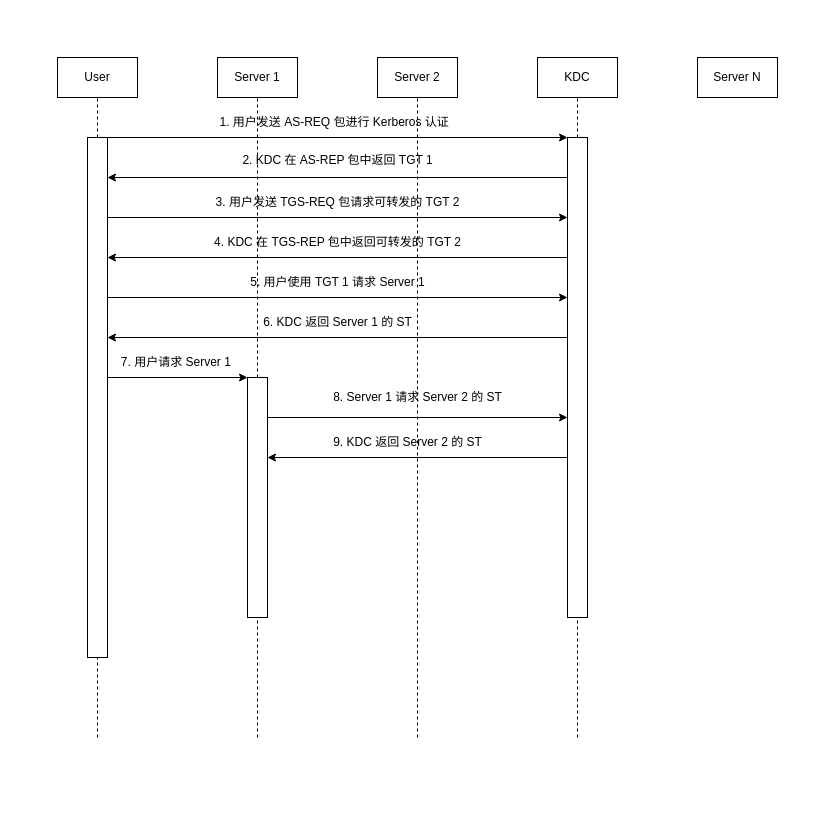
Before: draw.io/委派.drawio in fermionorz/image-hosting, a draw.io diagram. Source tidied: cells renumbered, new cells numbered last; positions are measured from the earlier drawing's top-left corner, leaving out a move shared by most shapes. Both pictures are drawn from the tidied source at 100%, with x=0, y=0 at pixel (57, 57).
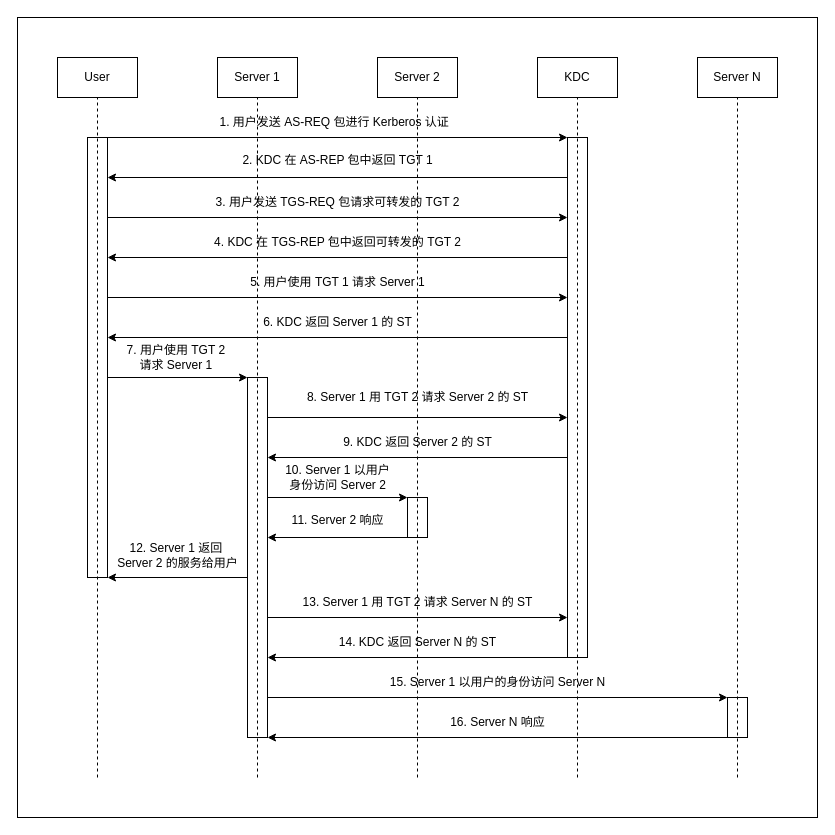
Above is the later version.

Unchanged cells that the change refers to:
```xml
<mxCell id="3" value="User" style="rounded=0;whiteSpace=wrap;html=1;" parent="1" vertex="1">
  <mxGeometry width="80" height="40" as="geometry" />
</mxCell>
<mxCell id="4" value="Server 1" style="rounded=0;whiteSpace=wrap;html=1;" parent="1" vertex="1">
  <mxGeometry x="160" width="80" height="40" as="geometry" />
</mxCell>
<mxCell id="5" value="Server 2" style="rounded=0;whiteSpace=wrap;html=1;" parent="1" vertex="1">
  <mxGeometry x="320" width="80" height="40" as="geometry" />
</mxCell>
<mxCell id="6" value="Server N" style="rounded=0;whiteSpace=wrap;html=1;" parent="1" vertex="1">
  <mxGeometry x="640" width="80" height="40" as="geometry" />
</mxCell>
<mxCell id="7" value="KDC" style="rounded=0;whiteSpace=wrap;html=1;" parent="1" vertex="1">
  <mxGeometry x="480" width="80" height="40" as="geometry" />
</mxCell>
```

What changed in the source:
```diff
@@
+    <mxCell id="35" style="rounded=0;whiteSpace=wrap;html=1;" parent="1" vertex="1">
+      <mxGeometry x="-40" y="-40" width="800" height="800" as="geometry" />
+    </mxCell>
+    <mxCell id="36" style="rounded=0;whiteSpace=wrap;html=1;" parent="1" vertex="1">
+      <mxGeometry x="670" y="640" width="20" height="40" as="geometry" />
+    </mxCell>
+    <mxCell id="37" style="rounded=0;whiteSpace=wrap;html=1;" parent="1" vertex="1">
+      <mxGeometry x="350" y="440" width="20" height="40" as="geometry" />
+    </mxCell>
+    <mxCell id="12" style="rounded=0;whiteSpace=wrap;html=1;" parent="1" vertex="1">
+      <mxGeometry x="510" y="80" width="20" height="520" as="geometry" />
+    </mxCell>
+    <mxCell id="27" style="rounded=0;whiteSpace=wrap;html=1;" parent="1" vertex="1">
+      <mxGeometry x="190" y="320" width="20" height="360" as="geometry" />
+    </mxCell>
     <mxCell id="2" style="rounded=0;whiteSpace=wrap;html=1;" parent="1" vertex="1">
-      <mxGeometry x="30" y="80" width="20" height="520" as="geometry" />
+      <mxGeometry x="30" y="80" width="20" height="440" as="geometry" />
     </mxCell>
@@
-    <mxCell id="8" style="endArrow=none;dashed=1;html=1;rounded=0;entryX=0.5;entryY=1;entryDx=0;entryDy=0;" parent="1" edge="1" source="2" target="3">
-      <mxGeometry relative="1" as="geometry" />
+    <mxCell id="8" style="endArrow=none;dashed=1;html=1;rounded=0;entryX=0.5;entryY=1;entryDx=0;entryDy=0;" parent="1" edge="1" target="3">
+      <mxGeometry relative="1" as="geometry">
+        <mxPoint x="40" y="720" as="sourcePoint" />
+      </mxGeometry>
     </mxCell>
-    <mxCell id="9" style="endArrow=none;dashed=1;html=1;rounded=0;entryX=0.5;entryY=1;entryDx=0;entryDy=0;" parent="1" edge="1" source="12" target="7">
-      <mxGeometry relative="1" as="geometry" />
+    <mxCell id="9" style="endArrow=none;dashed=1;html=1;rounded=0;entryX=0.5;entryY=1;entryDx=0;entryDy=0;" parent="1" edge="1" target="7">
+      <mxGeometry relative="1" as="geometry">
+        <mxPoint x="520" y="720" as="sourcePoint" />
+      </mxGeometry>
     </mxCell>
-    <mxCell id="10" style="endArrow=none;dashed=1;html=1;rounded=0;entryX=0.5;entryY=1;entryDx=0;entryDy=0;" parent="1" edge="1" target="2">
-      <mxGeometry relative="1" as="geometry">
-        <mxPoint x="40" y="680" as="sourcePoint" />
-      </mxGeometry>
-    </mxCell>
-    <mxCell id="11" style="endArrow=none;dashed=1;html=1;rounded=0;entryX=0.5;entryY=1;entryDx=0;entryDy=0;" parent="1" edge="1" target="12">
-      <mxGeometry relative="1" as="geometry">
-        <mxPoint x="520" y="680" as="sourcePoint" />
-      </mxGeometry>
-    </mxCell>
-    <mxCell id="12" style="rounded=0;whiteSpace=wrap;html=1;" parent="1" vertex="1">
-      <mxGeometry x="510" y="80" width="20" height="480" as="geometry" />
-    </mxCell>
@@
-    <mxCell id="25" style="endArrow=none;dashed=1;html=1;rounded=0;entryX=0.5;entryY=1;entryDx=0;entryDy=0;" parent="1" edge="1" source="27" target="4">
-      <mxGeometry relative="1" as="geometry" />
+    <mxCell id="25" style="endArrow=none;dashed=1;html=1;rounded=0;entryX=0.5;entryY=1;entryDx=0;entryDy=0;" parent="1" edge="1" target="4">
+      <mxGeometry relative="1" as="geometry">
+        <mxPoint x="200" y="720" as="sourcePoint" />
+      </mxGeometry>
     </mxCell>
-    <mxCell id="26" style="endArrow=none;dashed=1;html=1;rounded=0;entryX=0.5;entryY=1;entryDx=0;entryDy=0;" parent="1" edge="1" target="27">
-      <mxGeometry relative="1" as="geometry">
-        <mxPoint x="200" y="680" as="sourcePoint" />
-      </mxGeometry>
-    </mxCell>
-    <mxCell id="27" style="rounded=0;whiteSpace=wrap;html=1;" parent="1" vertex="1">
-      <mxGeometry x="190" y="320" width="20" height="240" as="geometry" />
-    </mxCell>
@@
-    <mxCell id="29" value="7. 用户请求 Server 1&amp;nbsp; " style="text;html=1;align=center;verticalAlign=middle;strokeColor=none;fillColor=none;" parent="1" vertex="1">
-      <mxGeometry x="50" y="290" width="140" height="30" as="geometry" />
+    <mxCell id="29" value="&lt;div&gt;7. 用户使用 TGT 2&amp;nbsp;&lt;/div&gt;&lt;div&gt;请求 Server 1&amp;nbsp; &lt;/div&gt;" style="text;html=1;align=center;verticalAlign=middle;strokeColor=none;fillColor=none;" parent="1" vertex="1">
+      <mxGeometry x="60" y="280" width="120" height="40" as="geometry" />
     </mxCell>
     <mxCell id="30" style="endArrow=none;dashed=1;html=1;rounded=0;entryX=0.5;entryY=1;entryDx=0;entryDy=0;" parent="1" edge="1" target="5">
       <mxGeometry relative="1" as="geometry">
-        <mxPoint x="360" y="680" as="sourcePoint" />
+        <mxPoint x="360" y="720" as="sourcePoint" />
       </mxGeometry>
     </mxCell>
@@
-    <mxCell id="32" value="8. Server 1 请求 Server 2 的 ST" style="text;html=1;align=center;verticalAlign=middle;strokeColor=none;fillColor=none;" parent="1" vertex="1">
-      <mxGeometry x="265" y="325" width="190" height="30" as="geometry" />
+    <mxCell id="32" value="8. Server 1 用 TGT 2 请求 Server 2 的 ST" style="text;html=1;align=center;verticalAlign=middle;strokeColor=none;fillColor=none;" parent="1" vertex="1">
+      <mxGeometry x="240" y="325" width="240" height="30" as="geometry" />
     </mxCell>
@@
     <mxCell id="34" value="9. KDC 返回 Server 2 的 ST" style="text;html=1;align=center;verticalAlign=middle;strokeColor=none;fillColor=none;" parent="1" vertex="1">
-      <mxGeometry x="265" y="370" width="170" height="30" as="geometry" />
+      <mxGeometry x="275" y="370" width="170" height="30" as="geometry" />
     </mxCell>
+    <mxCell id="38" style="endArrow=classic;html=1;rounded=0;" parent="1" edge="1">
+      <mxGeometry relative="1" as="geometry">
+        <mxPoint x="210" y="440" as="sourcePoint" />
+        <mxPoint x="350" y="440" as="targetPoint" />
+      </mxGeometry>
+    </mxCell>
+    <mxCell id="39" value="&lt;div&gt;10. Server 1 以用户&lt;/div&gt;&lt;div&gt;身份访问 Server 2&lt;/div&gt;" style="text;html=1;align=center;verticalAlign=middle;strokeColor=none;fillColor=none;" parent="1" vertex="1">
+      <mxGeometry x="215" y="400" width="130" height="40" as="geometry" />
+    </mxCell>
+    <mxCell id="40" style="endArrow=classic;html=1;rounded=0;entryX=1.019;entryY=0.235;entryDx=0;entryDy=0;entryPerimeter=0;" parent="1" edge="1">
+      <mxGeometry relative="1" as="geometry">
+        <mxPoint x="350" y="480" as="sourcePoint" />
+        <mxPoint x="210" y="480" as="targetPoint" />
+      </mxGeometry>
+    </mxCell>
+    <mxCell id="41" value="&lt;div&gt;11. Server 2 响应&lt;/div&gt;" style="text;html=1;align=center;verticalAlign=middle;strokeColor=none;fillColor=none;" parent="1" vertex="1">
+      <mxGeometry x="220" y="448" width="120" height="30" as="geometry" />
+    </mxCell>
+    <mxCell id="42" style="endArrow=classic;html=1;rounded=0;entryX=1.019;entryY=0.235;entryDx=0;entryDy=0;entryPerimeter=0;" parent="1" edge="1">
+      <mxGeometry relative="1" as="geometry">
+        <mxPoint x="190" y="520" as="sourcePoint" />
+        <mxPoint x="50" y="520" as="targetPoint" />
+      </mxGeometry>
+    </mxCell>
+    <mxCell id="43" value="&lt;div&gt;12. Server 1 返回&amp;nbsp;&lt;/div&gt;&lt;div&gt;Server 2 的服务给用户&lt;/div&gt;" style="text;html=1;align=center;verticalAlign=middle;strokeColor=none;fillColor=none;" parent="1" vertex="1">
+      <mxGeometry x="50" y="478" width="140" height="40" as="geometry" />
+    </mxCell>
+    <mxCell id="44" style="endArrow=none;dashed=1;html=1;rounded=0;entryX=0.5;entryY=1;entryDx=0;entryDy=0;" parent="1" edge="1" target="6">
+      <mxGeometry relative="1" as="geometry">
+        <mxPoint x="680" y="720" as="sourcePoint" />
+      </mxGeometry>
+    </mxCell>
+    <mxCell id="45" style="endArrow=classic;html=1;rounded=0;" parent="1" edge="1">
+      <mxGeometry relative="1" as="geometry">
+        <mxPoint x="210" y="560" as="sourcePoint" />
+        <mxPoint x="510" y="560" as="targetPoint" />
+      </mxGeometry>
+    </mxCell>
+    <mxCell id="46" value="13. Server 1 用 TGT 2 请求 Server N 的 ST" style="text;html=1;align=center;verticalAlign=middle;strokeColor=none;fillColor=none;" parent="1" vertex="1">
+      <mxGeometry x="235" y="530" width="250" height="30" as="geometry" />
+    </mxCell>
+    <mxCell id="47" style="endArrow=classic;html=1;rounded=0;entryX=1.019;entryY=0.235;entryDx=0;entryDy=0;entryPerimeter=0;" parent="1" edge="1">
+      <mxGeometry relative="1" as="geometry">
+        <mxPoint x="510" y="600" as="sourcePoint" />
+        <mxPoint x="210" y="600" as="targetPoint" />
+      </mxGeometry>
+    </mxCell>
+    <mxCell id="48" value="14. KDC 返回 Server N 的 ST" style="text;html=1;align=center;verticalAlign=middle;strokeColor=none;fillColor=none;" parent="1" vertex="1">
+      <mxGeometry x="270" y="570" width="180" height="30" as="geometry" />
+    </mxCell>
+    <mxCell id="49" style="endArrow=classic;html=1;rounded=0;" parent="1" edge="1">
+      <mxGeometry relative="1" as="geometry">
+        <mxPoint x="210" y="640" as="sourcePoint" />
+        <mxPoint x="670" y="640" as="targetPoint" />
+      </mxGeometry>
+    </mxCell>
+    <mxCell id="50" style="endArrow=classic;html=1;rounded=0;exitX=-0.006;exitY=0.236;exitDx=0;exitDy=0;exitPerimeter=0;entryX=1.019;entryY=0.235;entryDx=0;entryDy=0;entryPerimeter=0;" parent="1" edge="1">
+      <mxGeometry relative="1" as="geometry">
+        <mxPoint x="670" y="680" as="sourcePoint" />
+        <mxPoint x="210" y="680" as="targetPoint" />
+      </mxGeometry>
+    </mxCell>
+    <mxCell id="51" value="15. Server 1 以用户的身份访问 Server N" style="text;html=1;align=center;verticalAlign=middle;strokeColor=none;fillColor=none;" parent="1" vertex="1">
+      <mxGeometry x="320" y="610" width="240" height="30" as="geometry" />
+    </mxCell>
+    <mxCell id="52" value="16. Server N 响应" style="text;html=1;align=center;verticalAlign=middle;strokeColor=none;fillColor=none;" parent="1" vertex="1">
+      <mxGeometry x="380" y="650" width="120" height="30" as="geometry" />
+    </mxCell>
```
